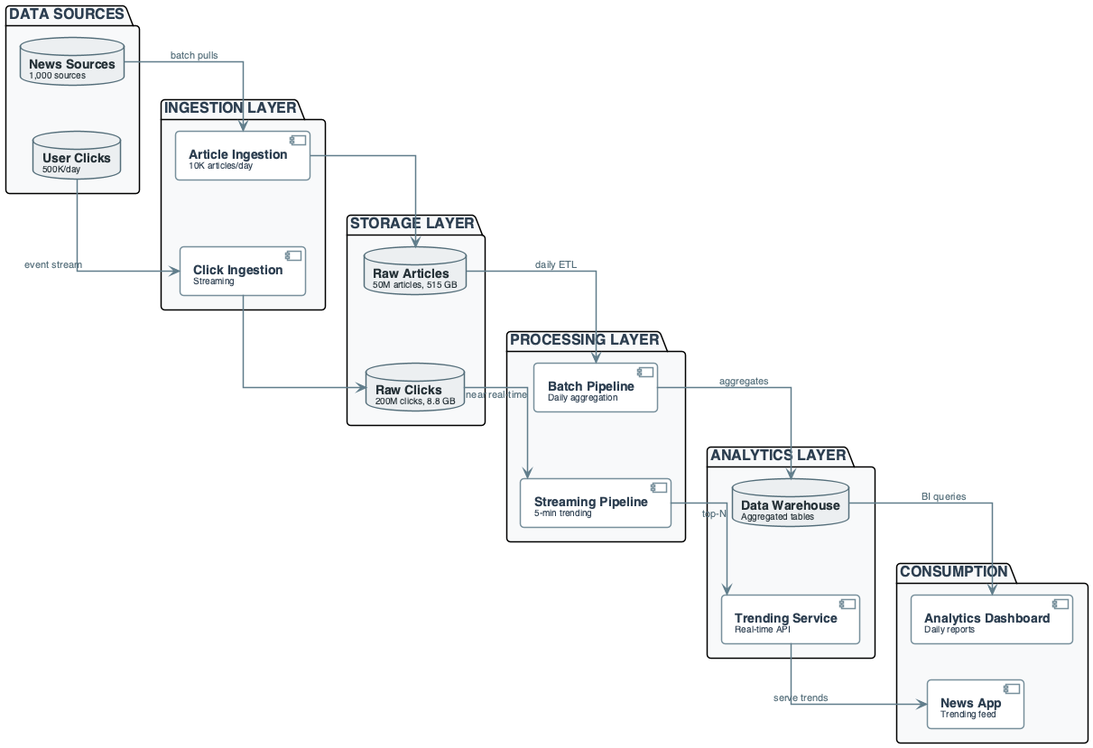
This is diagrams/week01/week1_practice_slide15_architecture.png from OrPerets/data-engineering-course, a PlantUML export, as it was before one commit.
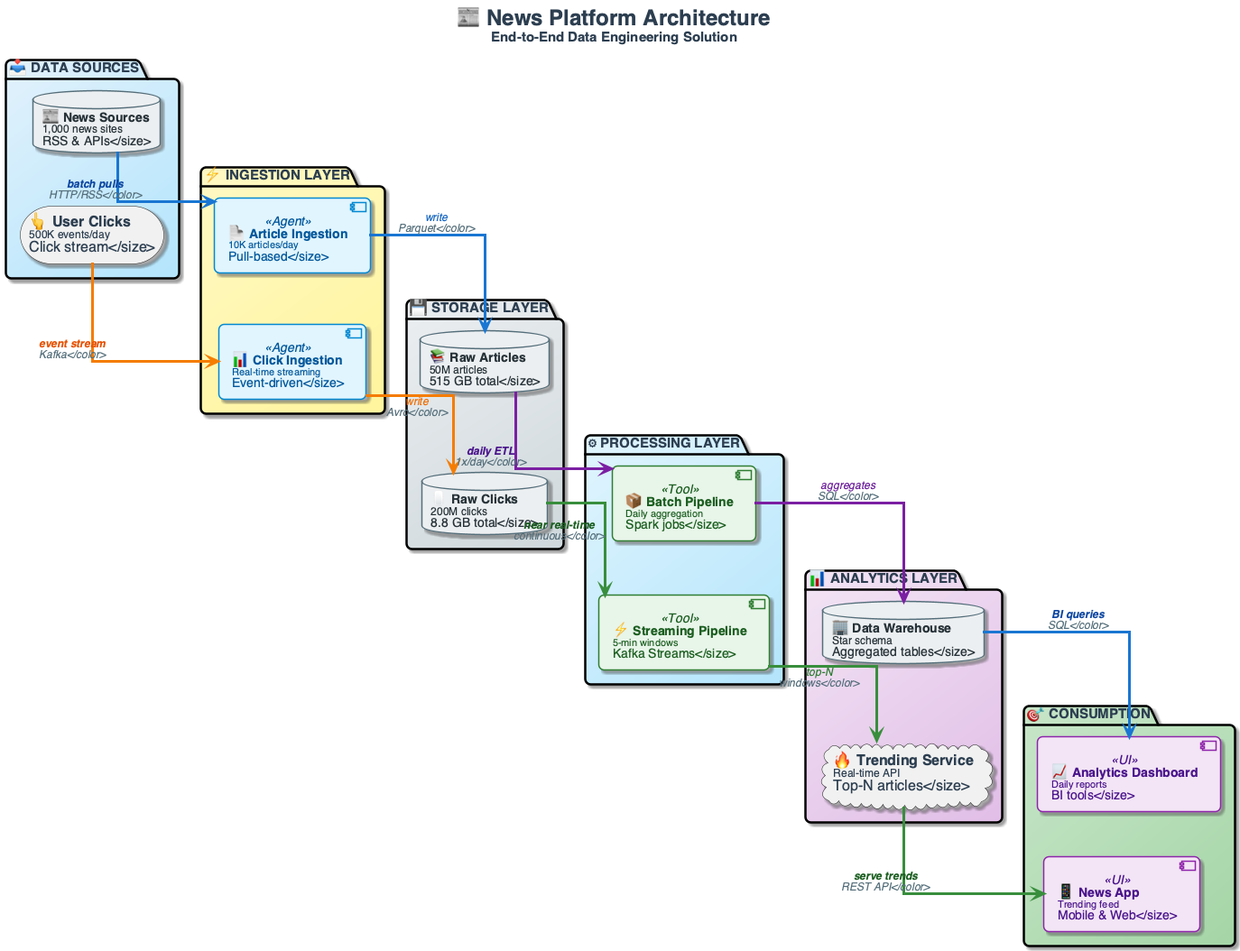
After the commit.

Diff of the diagram source:
```diff
@@ -1,11 +1,11 @@
 @startuml
 top to bottom direction
 skinparam linetype ortho
-skinparam shadowing false
-skinparam roundcorner 8
+skinparam shadowing true
+skinparam roundcorner 12
 skinparam handwritten false
-skinparam nodesep 30
-skinparam ranksep 40
+skinparam nodesep 35
+skinparam ranksep 50
 
 skinparam defaultFontName "Segoe UI, Helvetica, sans-serif"
 skinparam defaultFontSize 16
@@ -39,9 +39,16 @@
 
 skinparam arrow {
     Color #607D8B
-    Thickness 1.5
-    FontSize 11
+    Thickness 2.5
+    FontSize 12
     FontColor #546E7A
+    FontStyle italic
+}
+
+skinparam package {
+    BorderThickness 2.5
+    FontSize 15
+    FontStyle bold
 }
 
 skinparam component<<UI>> {
@@ -117,56 +124,58 @@
 }
 
 
-package "DATA SOURCES"  as A #F8F9FA {
-    database "**News Sources**\n<size:10>1,000 sources</size>" as SOURCES
-    database "**User Clicks**\n<size:10>500K/day</size>" as CLICKS
+title <size:24><b>📰 News Platform Architecture</b></size>\n<size:15>End-to-End Data Engineering Solution</size>
+
+package "📥 DATA SOURCES"  as A #E3F2FD/B3E5FC {
+    database "📰 **News Sources**\n<size:12>1,000 news sites\nRSS & APIs</size>" as SOURCES
+    storage "👆 **User Clicks**\n<size:12>500K events/day\nClick stream</size>" as CLICKS
     SOURCES -[hidden]- CLICKS
-
 }
 
-package "INGESTION LAYER" as B  #F8F9FA{
-    component "**Article Ingestion**\n<size:10>10K articles/day</size>" as INGEST_ART
-    component "**Click Ingestion**\n<size:10>Streaming</size>" as INGEST_CLICK
-INGEST_ART -[hidden]- INGEST_CLICK
+package "⚡ INGESTION LAYER" as B  #FFF9C4/FFF59D {
+    component "📄 **Article Ingestion**\n<size:11>10K articles/day\nPull-based</size>" as INGEST_ART <<Agent>>
+    component "📊 **Click Ingestion**\n<size:11>Real-time streaming\nEvent-driven</size>" as INGEST_CLICK <<Agent>>
+    INGEST_ART -[hidden]- INGEST_CLICK
 }
 
-package "STORAGE LAYER" #F8F9FA {
-    database "**Raw Articles**\n<size:10>50M articles, 515 GB</size>" as RAW_ART
-    database "**Raw Clicks**\n<size:10>200M clicks, 8.8 GB</size>" as RAW_CLICK
-RAW_ART -[hidden]- RAW_CLICK
+package "💾 STORAGE LAYER" as C #ECEFF1/CFD8DC {
+    database "📚 **Raw Articles**\n<size:12>50M articles\n515 GB total</size>" as RAW_ART
+    database "🖱️ **Raw Clicks**\n<size:12>200M clicks\n8.8 GB total</size>" as RAW_CLICK
+    RAW_ART -[hidden]- RAW_CLICK
 }
 
-package "PROCESSING LAYER" #F8F9FA {
-    component "**Batch Pipeline**\n<size:10>Daily aggregation</size>" as BATCH
-    component "**Streaming Pipeline**\n<size:10>5-min trending</size>" as STREAM
-BATCH -[hidden]- STREAM
+package "⚙️ PROCESSING LAYER" as D #E1F5FE/B3E5FC {
+    component "📦 **Batch Pipeline**\n<size:11>Daily aggregation\nSpark jobs</size>" as BATCH <<Tool>>
+    component "⚡ **Streaming Pipeline**\n<size:11>5-min windows\nKafka Streams</size>" as STREAM <<Tool>>
+    BATCH -[hidden]- STREAM
 }
 
-package "ANALYTICS LAYER" #F8F9FA {
-    database "**Data Warehouse**\n<size:10>Aggregated tables</size>" as WAREHOUSE
-    component "**Trending Service**\n<size:10>Real-time API</size>" as TRENDING
-WAREHOUSE -[hidden]- TRENDING
+package "📊 ANALYTICS LAYER" as E #F3E5F5/E1BEE7 {
+    database "🏢 **Data Warehouse**\n<size:12>Star schema\nAggregated tables</size>" as WAREHOUSE
+    cloud "🔥 **Trending Service**\n<size:12>Real-time API\nTop-N articles</size>" as TRENDING
+    WAREHOUSE -[hidden]- TRENDING
 }
 
-package "CONSUMPTION" #F8F9FA {
-    component "**Analytics Dashboard**\n<size:10>Daily reports</size>" as DASHBOARD
-    component "**News App**\n<size:10>Trending feed</size>" as APP
-DASHBOARD -[hidden]- APP
+package "🎯 CONSUMPTION" as F #C8E6C9/A5D6A7 {
+    component "📈 **Analytics Dashboard**\n<size:11>Daily reports\nBI tools</size>" as DASHBOARD <<UI>>
+    component "📱 **News App**\n<size:11>Trending feed\nMobile & Web</size>" as APP <<UI>>
+    DASHBOARD -[hidden]- APP
 }
 
-SOURCES --> INGEST_ART : "batch pulls"
-CLICKS --> INGEST_CLICK : "event stream"
+SOURCES -[#1976D2,thickness=3]-> INGEST_ART : <color:#0D47A1><b>batch pulls</b>\nHTTP/RSS</color>
+CLICKS -[#F57C00,thickness=3]-> INGEST_CLICK : <color:#E65100><b>event stream</b>\nKafka</color>
 
-INGEST_ART --> RAW_ART
-INGEST_CLICK --> RAW_CLICK
+INGEST_ART -[#1976D2,thickness=3]-> RAW_ART : <color:#1565C0>write\nParquet</color>
+INGEST_CLICK -[#F57C00,thickness=3]-> RAW_CLICK : <color:#EF6C00>write\nAvro</color>
 
-RAW_ART --> BATCH : "daily ETL"
-RAW_CLICK --> STREAM : "near real-time"
+RAW_ART -[#7B1FA2,thickness=3]-> BATCH : <color:#4A148C><b>daily ETL</b>\n1x/day</color>
+RAW_CLICK -[#388E3C,thickness=3]-> STREAM : <color:#1B5E20><b>near real-time</b>\ncontinuous</color>
 
-BATCH --> WAREHOUSE : "aggregates"
-STREAM --> TRENDING : "top-N"
+BATCH -[#7B1FA2,thickness=3]-> WAREHOUSE : <color:#6A1B9A>aggregates\nSQL</color>
+STREAM -[#388E3C,thickness=3]-> TRENDING : <color:#2E7D32>top-N\nwindows</color>
 
-WAREHOUSE --> DASHBOARD : "BI queries"
-TRENDING --> APP : "serve trends"
+WAREHOUSE -[#1976D2,thickness=3]-> DASHBOARD : <color:#0D47A1><b>BI queries</b>\nSQL</color>
+TRENDING -[#388E3C,thickness=3]-> APP : <color:#1B5E20><b>serve trends</b>\nREST API</color>
+
 
 @enduml
```
